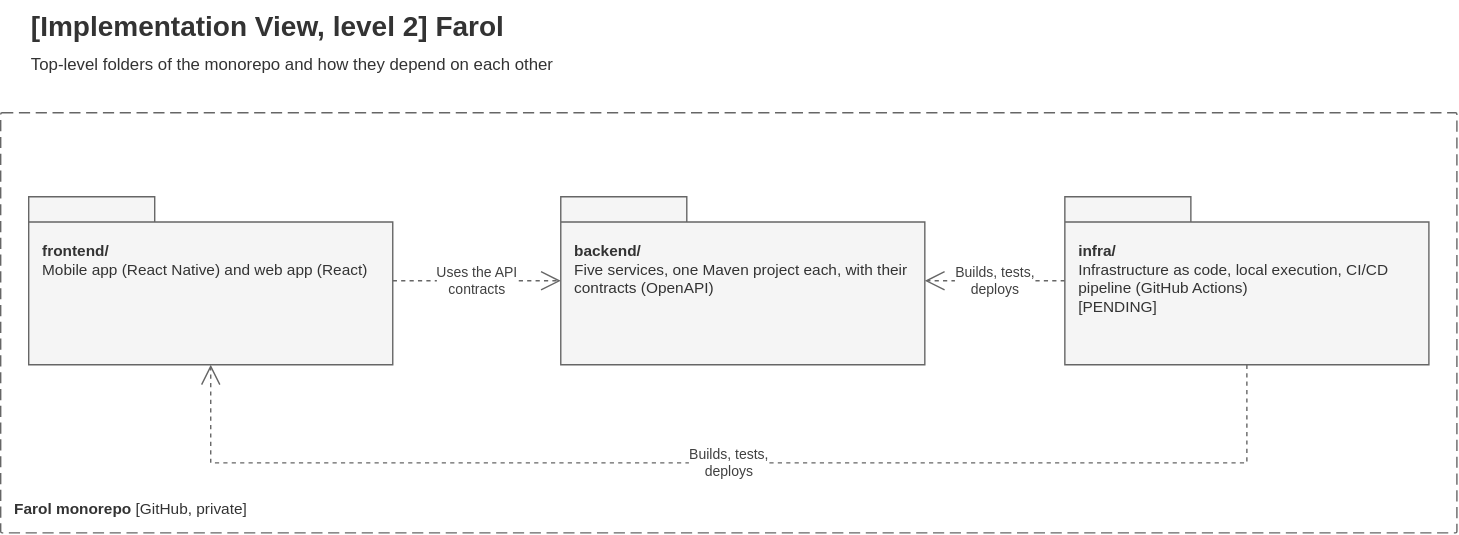
Before: Docs/Technical/diagrams/implementation-view-level-2.drawio.svg, a diagram exported from draw.io (tomasoliveira21/LABDSOF). Source tidied: cells renumbered, new cells last; positions are measured from the earlier drawing's top-left corner, leaving out a move shared by most shapes.
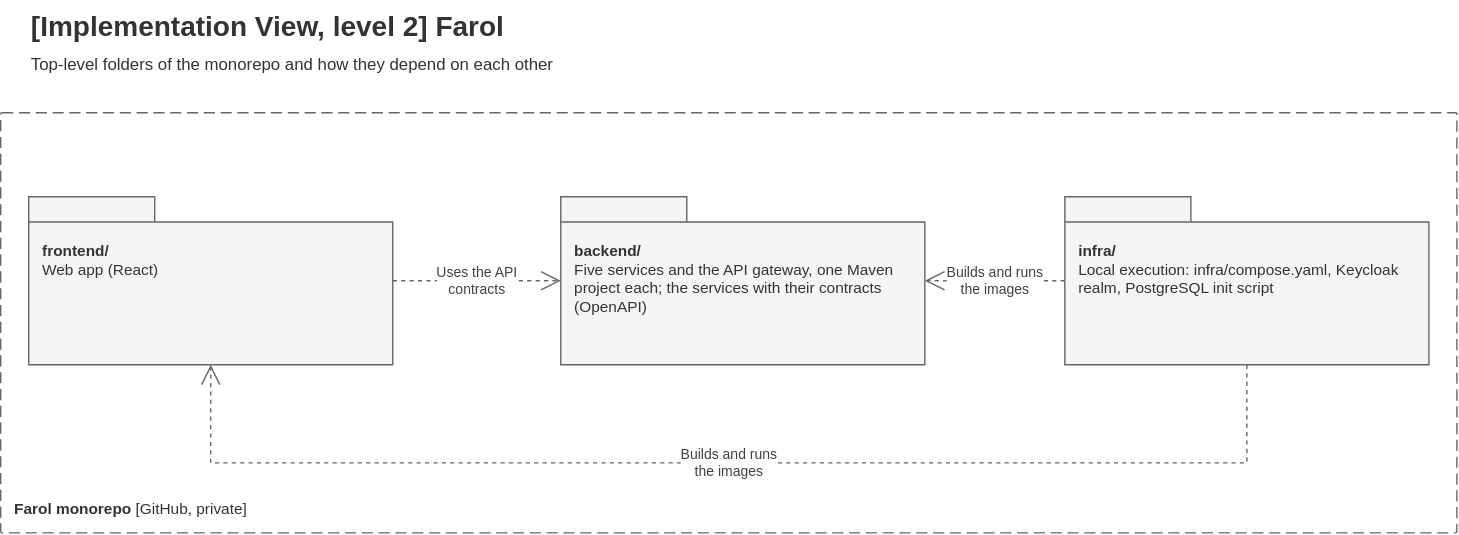
The same file after the commit.

What changed in the source:
```diff
@@ -8,22 +8,22 @@
     <mxCell id="3" value="&lt;b&gt;Farol monorepo&lt;/b&gt; [GitHub, private]" style="rounded=1;arcSize=2;absoluteArcSize=1;whiteSpace=wrap;html=1;dashed=1;dashPattern=8 4;fillColor=none;strokeColor=#666666;fontColor=#333333;align=left;verticalAlign=bottom;spacing=10;fontSize=11;" parent="1" vertex="1">
       <mxGeometry y="80" width="1040" height="300" as="geometry" />
     </mxCell>
-    <mxCell id="4" value="&lt;b&gt;frontend/&lt;/b&gt;&lt;br&gt;Mobile app (React Native) and web app (React)" style="shape=folder;tabWidth=90;tabHeight=18;tabPosition=left;whiteSpace=wrap;html=1;fillColor=#f5f5f5;strokeColor=#666666;fontColor=#333333;verticalAlign=top;align=left;spacing=10;spacingTop=18;fontSize=11;" parent="1" vertex="1">
+    <mxCell id="4" value="&lt;b&gt;frontend/&lt;/b&gt;&lt;br&gt;Web app (React)" style="shape=folder;tabWidth=90;tabHeight=18;tabPosition=left;whiteSpace=wrap;html=1;fillColor=#f5f5f5;strokeColor=#666666;fontColor=#333333;verticalAlign=top;align=left;spacing=10;spacingTop=18;fontSize=11;" parent="1" vertex="1">
       <mxGeometry x="20" y="140" width="260" height="120" as="geometry" />
     </mxCell>
-    <mxCell id="5" value="&lt;b&gt;backend/&lt;/b&gt;&lt;br&gt;Five services, one Maven project each, with their contracts (OpenAPI)" style="shape=folder;tabWidth=90;tabHeight=18;tabPosition=left;whiteSpace=wrap;html=1;fillColor=#f5f5f5;strokeColor=#666666;fontColor=#333333;verticalAlign=top;align=left;spacing=10;spacingTop=18;fontSize=11;" parent="1" vertex="1">
+    <mxCell id="5" value="&lt;b&gt;backend/&lt;/b&gt;&lt;br&gt;Five services and the API gateway, one Maven project each; the services with their contracts (OpenAPI)" style="shape=folder;tabWidth=90;tabHeight=18;tabPosition=left;whiteSpace=wrap;html=1;fillColor=#f5f5f5;strokeColor=#666666;fontColor=#333333;verticalAlign=top;align=left;spacing=10;spacingTop=18;fontSize=11;" parent="1" vertex="1">
       <mxGeometry x="400" y="140" width="260" height="120" as="geometry" />
     </mxCell>
-    <mxCell id="6" value="&lt;b&gt;infra/&lt;/b&gt;&lt;br&gt;Infrastructure as code, local execution, CI/CD pipeline (GitHub Actions)&lt;br&gt;[PENDING]" style="shape=folder;tabWidth=90;tabHeight=18;tabPosition=left;whiteSpace=wrap;html=1;fillColor=#f5f5f5;strokeColor=#666666;fontColor=#333333;verticalAlign=top;align=left;spacing=10;spacingTop=18;fontSize=11;" parent="1" vertex="1">
+    <mxCell id="6" value="&lt;b&gt;infra/&lt;/b&gt;&lt;br&gt;Local execution: infra/compose.yaml, Keycloak realm, PostgreSQL init script" style="shape=folder;tabWidth=90;tabHeight=18;tabPosition=left;whiteSpace=wrap;html=1;fillColor=#f5f5f5;strokeColor=#666666;fontColor=#333333;verticalAlign=top;align=left;spacing=10;spacingTop=18;fontSize=11;" parent="1" vertex="1">
       <mxGeometry x="760" y="140" width="260" height="120" as="geometry" />
     </mxCell>
     <mxCell id="7" value="Uses the API&lt;br&gt;contracts" style="endArrow=open;dashed=1;html=1;fontSize=10;fontColor=#404040;strokeColor=#666666;endSize=12;rounded=0;labelBackgroundColor=#ffffff;" parent="1" edge="1" source="4" target="5">
       <mxGeometry relative="1" as="geometry" />
     </mxCell>
-    <mxCell id="8" value="Builds, tests,&lt;br&gt;deploys" style="endArrow=open;dashed=1;html=1;fontSize=10;fontColor=#404040;strokeColor=#666666;endSize=12;rounded=0;labelBackgroundColor=#ffffff;" parent="1" edge="1" source="6" target="5">
+    <mxCell id="8" value="Builds and runs&lt;br&gt;the images" style="endArrow=open;dashed=1;html=1;fontSize=10;fontColor=#404040;strokeColor=#666666;endSize=12;rounded=0;labelBackgroundColor=#ffffff;" parent="1" edge="1" source="6" target="5">
       <mxGeometry relative="1" as="geometry" />
     </mxCell>
-    <mxCell id="9" value="Builds, tests,&lt;br&gt;deploys" style="endArrow=open;dashed=1;html=1;fontSize=10;fontColor=#404040;strokeColor=#666666;endSize=12;rounded=0;labelBackgroundColor=#ffffff;edgeStyle=orthogonalEdgeStyle;exitX=0.5;exitY=1;exitDx=0;exitDy=0;entryX=0.5;entryY=1;entryDx=0;entryDy=0;" parent="1" edge="1" source="6" target="4">
+    <mxCell id="9" value="Builds and runs&lt;br&gt;the images" style="endArrow=open;dashed=1;html=1;fontSize=10;fontColor=#404040;strokeColor=#666666;endSize=12;rounded=0;labelBackgroundColor=#ffffff;edgeStyle=orthogonalEdgeStyle;exitX=0.5;exitY=1;exitDx=0;exitDy=0;entryX=0.5;entryY=1;entryDx=0;entryDy=0;" parent="1" edge="1" source="6" target="4">
       <mxGeometry relative="1" as="geometry">
         <Array as="points">
           <mxPoint x="890" y="330" />
```
